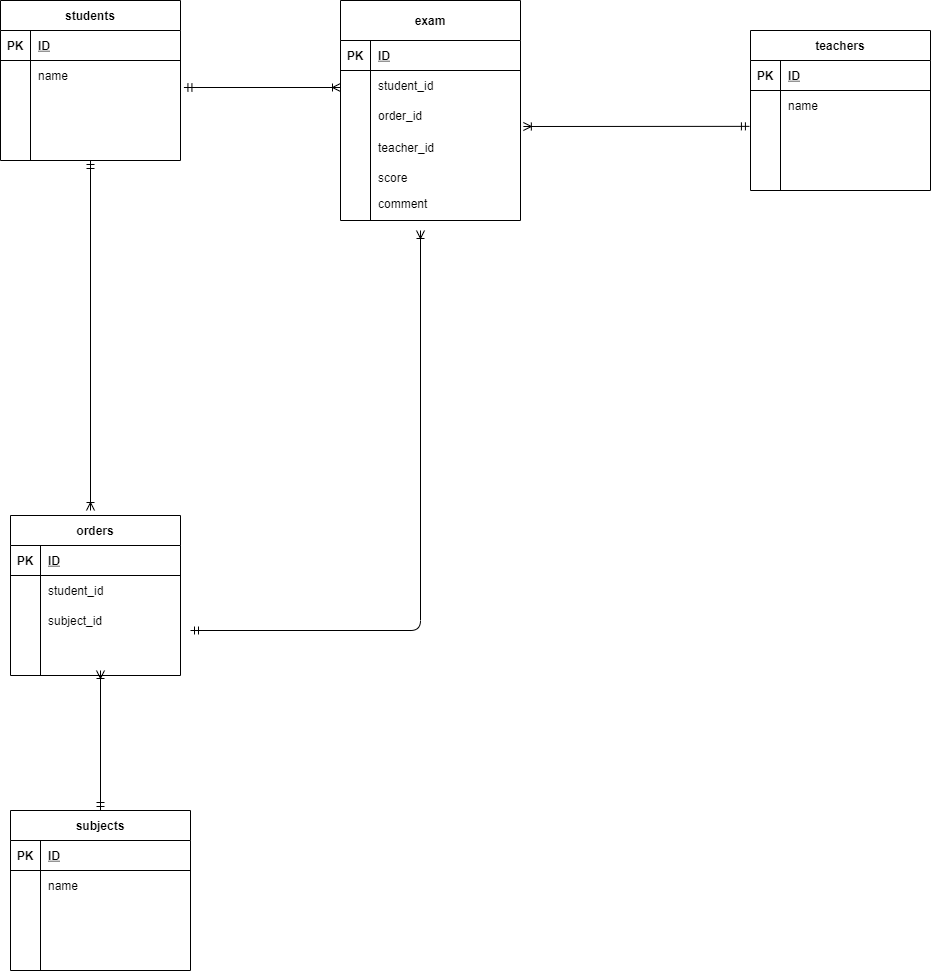
This is test.drawio.png from KentaIzu/DB, a draw.io export, as it was before one commit. Source tidied: cells renumbered, new cells last; positions are measured from the earlier drawing's top-left corner, leaving out a move shared by most shapes.
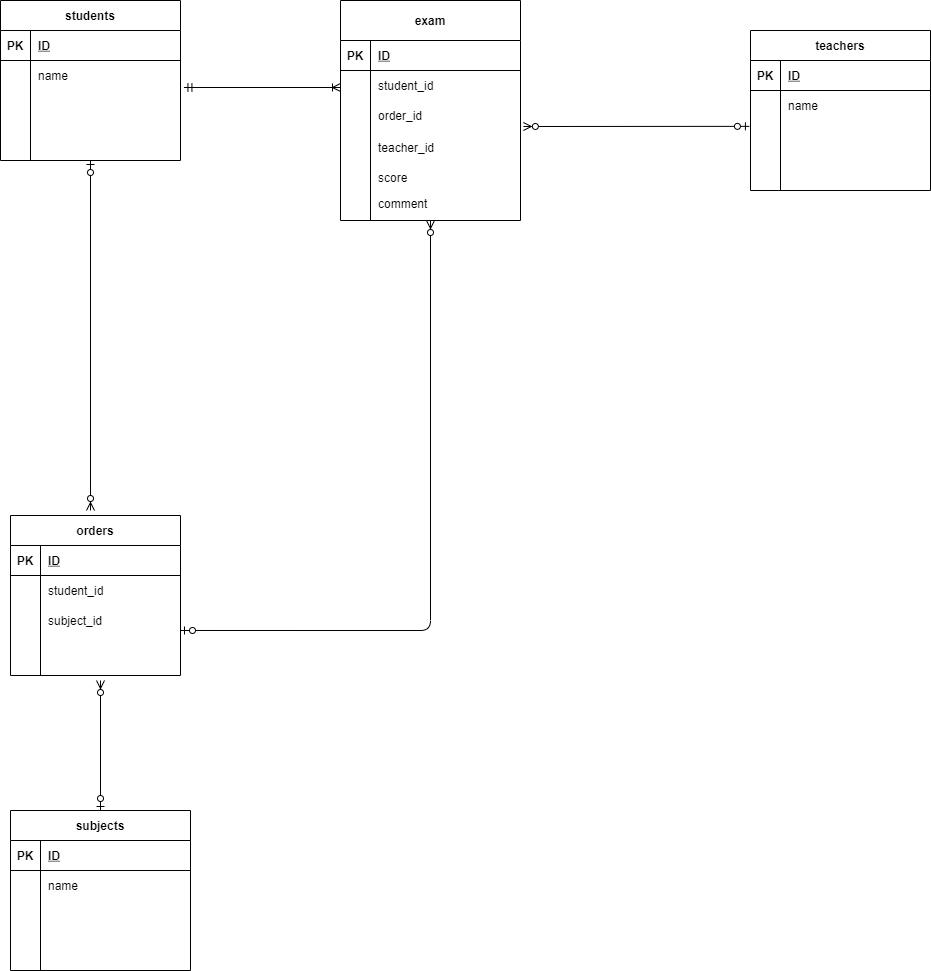
The same diagram one commit later.

The edit, as a diff of the source:
```diff
@@ -119,7 +119,7 @@
     <mxCell id="40" style="shape=partialRectangle;fillColor=none;top=0;left=0;bottom=0;right=0;align=left;spacingLeft=6;overflow=hidden;" parent="38" vertex="1">
       <mxGeometry x="30" width="140" height="30" as="geometry" />
     </mxCell>
-    <mxCell id="41" style="fontSize=12;html=1;endArrow=ERoneToMany;startArrow=ERmandOne;exitX=0.5;exitY=1;exitDx=0;exitDy=0;edgeStyle=orthogonalEdgeStyle;" parent="1" edge="1" source="2">
+    <mxCell id="41" style="fontSize=12;html=1;endArrow=ERzeroToMany;startArrow=ERzeroToOne;exitX=0.5;exitY=1;exitDx=0;exitDy=0;edgeStyle=orthogonalEdgeStyle;startFill=1;endFill=1;" parent="1" edge="1" source="2">
       <mxGeometry relative="1" as="geometry">
         <mxPoint x="90" y="510" as="targetPoint" />
       </mxGeometry>
@@ -132,9 +132,9 @@
     <mxCell id="43" value="score" style="shape=partialRectangle;fillColor=none;top=0;left=0;bottom=0;right=0;align=left;spacingLeft=6;overflow=hidden;" parent="1" vertex="1">
       <mxGeometry x="370" y="150" width="160" height="53" as="geometry" />
     </mxCell>
-    <mxCell id="44" style="fontSize=12;html=1;endArrow=ERoneToMany;startArrow=ERmandOne;exitX=-0.006;exitY=0.195;exitDx=0;exitDy=0;exitPerimeter=0;" parent="1" edge="1" source="22">
+    <mxCell id="44" style="fontSize=12;html=1;endArrow=ERzeroToOne;startArrow=ERzeroToMany;exitX=-0.006;exitY=0.195;exitDx=0;exitDy=0;exitPerimeter=0;startFill=1;endFill=1;entryX=-0.006;entryY=0.195;entryDx=0;entryDy=0;entryPerimeter=0;" parent="1" edge="1" target="22">
       <mxGeometry relative="1" as="geometry">
-        <mxPoint x="522.9" y="126" as="targetPoint" />
+        <mxPoint x="522.9" y="126" as="sourcePoint" />
       </mxGeometry>
     </mxCell>
     <mxCell id="45" value="subjects" style="shape=table;startSize=30;rowLines=0;fontStyle=1;align=center;" parent="1" vertex="1">
@@ -206,18 +206,17 @@
     <mxCell id="67" value="order_id" style="shape=partialRectangle;fillColor=none;top=0;left=0;bottom=0;right=0;align=left;spacingLeft=6;overflow=hidden;" parent="65" vertex="1">
       <mxGeometry x="30" width="150" height="30" as="geometry" />
     </mxCell>
-    <mxCell id="68" style="fontSize=12;html=1;endArrow=ERoneToMany;startArrow=ERmandOne;entryX=0.5;entryY=0;entryDx=0;entryDy=0;exitX=0.5;exitY=0;exitDx=0;exitDy=0;" parent="1" edge="1" source="45">
+    <mxCell id="68" style="fontSize=12;html=1;endArrow=ERzeroToOne;startArrow=ERzeroToMany;entryX=0.5;entryY=0;entryDx=0;entryDy=0;endFill=1;startFill=1;" parent="1" edge="1" target="45">
       <mxGeometry relative="1" as="geometry">
-        <mxPoint x="100" y="670" as="targetPoint" />
+        <mxPoint x="100" y="680" as="sourcePoint" />
         <Array as="points">
-          <mxPoint x="100" y="670" />
+          <mxPoint x="100" y="680" />
         </Array>
       </mxGeometry>
     </mxCell>
-    <mxCell id="69" style="fontSize=12;html=1;endArrow=ERoneToMany;startArrow=ERmandOne;edgeStyle=orthogonalEdgeStyle;" parent="1" edge="1">
+    <mxCell id="69" style="fontSize=12;html=1;endArrow=ERzeroToMany;startArrow=ERzeroToOne;edgeStyle=orthogonalEdgeStyle;startFill=1;exitX=1;exitY=0.833;exitDx=0;exitDy=0;exitPerimeter=0;endFill=1;" parent="1" edge="1" source="35">
       <mxGeometry relative="1" as="geometry">
-        <mxPoint x="190" y="630" as="sourcePoint" />
-        <mxPoint x="420" y="230" as="targetPoint" />
+        <mxPoint x="430" y="220" as="targetPoint" />
       </mxGeometry>
     </mxCell>
     <mxCell id="70" value="teacher_id" style="shape=partialRectangle;fillColor=none;top=0;left=0;bottom=0;right=0;align=left;spacingLeft=6;overflow=hidden;" parent="1" vertex="1">
```
